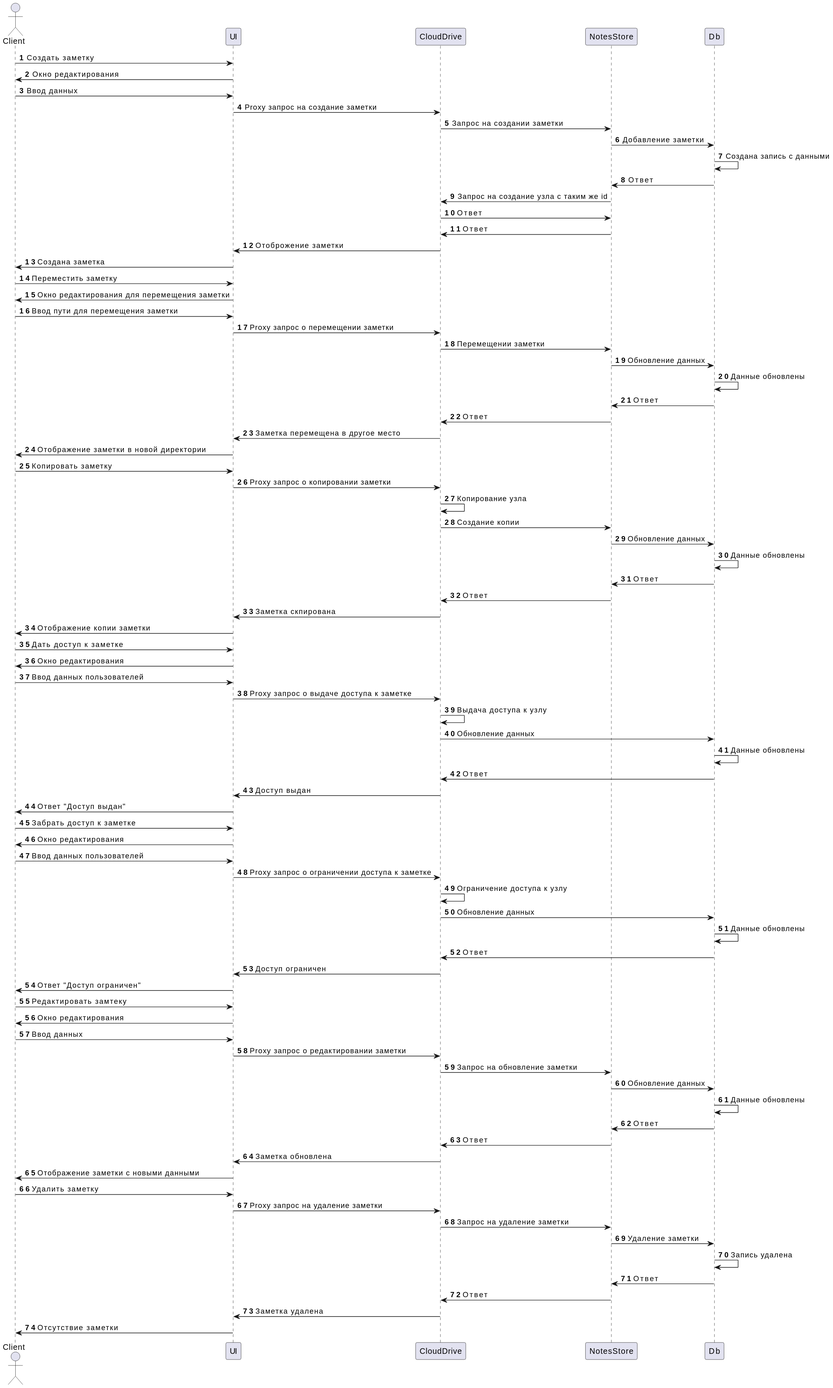
Before: 1. Исходные сведения/PlantUML/sequence.svg, a diagram exported from PlantUML (k-sannikov/links-arch).
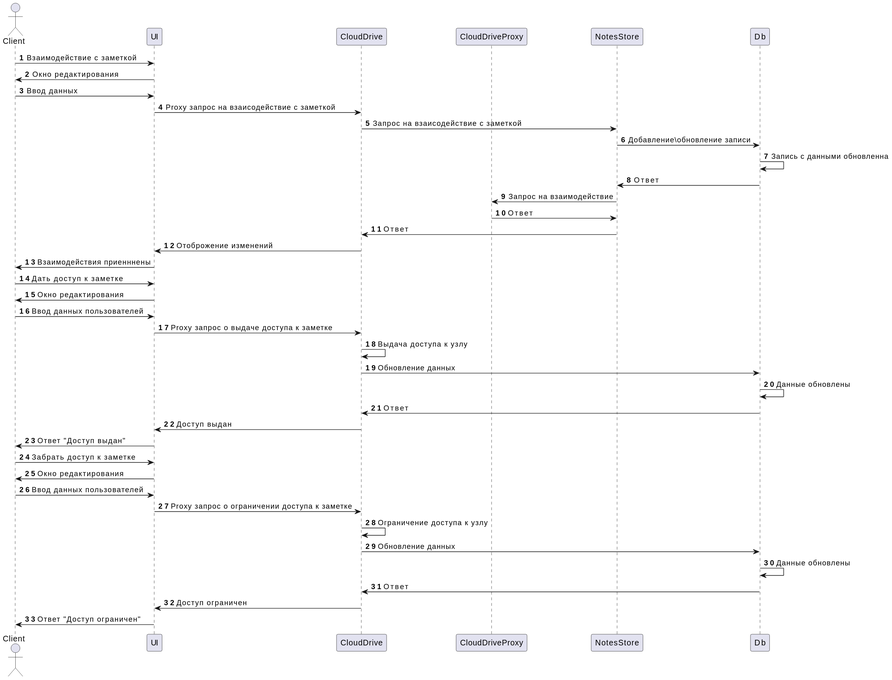
After the change.

Commit message:
UPD: sequence diagram

The edit, as a diff of the source:
```diff
@@ -5,46 +5,23 @@
 
     participant UI
     participant CloudDrive
+    participant CloudDriveProxy
     participant NotesStore
     participant Db
 
-    Client -> UI: Создать заметку
+    Client -> UI: Взаимодействие с заметкой
     UI -> Client: Окно редактирования
     Client -> UI: Ввод данных
-    UI -> CloudDrive: Proxy запрос на создание заметки
-    CloudDrive -> NotesStore: Запрос на создании заметки
-    NotesStore -> Db: Добавление заметки
-    Db -> Db: Создана запись с данными
+    UI -> CloudDrive: Proxy запрос на взаисодействие с заметкой
+    CloudDrive -> NotesStore: Запрос на взаисодействие с заметкой
+    NotesStore -> Db: Добавление\обновление записи
+    Db -> Db: Запись с данными обновленна
     Db -> NotesStore: Ответ
-    NotesStore -> CloudDrive: Запрос на создание узла с таким же id
-    CloudDrive -> NotesStore: Ответ
+    NotesStore -> CloudDriveProxy: Запрос на взаимодействие
+    CloudDriveProxy -> NotesStore: Ответ
     NotesStore -> CloudDrive: Ответ
-    CloudDrive -> UI: Отоброжение заметки
-    UI -> Client: Создана заметка
-
-
-    Client -> UI: Переместить заметку
-    UI -> Client: Окно редактирования для перемещения заметки
-    Client -> UI: Ввод пути для перемещения заметки
-    UI -> CloudDrive: Proxy запрос о перемещении заметки
-    CloudDrive -> NotesStore: Перемещении заметки
-    NotesStore -> Db: Обновление данных
-    Db -> Db: Данные обновлены
-    Db -> NotesStore: Ответ
-    NotesStore -> CloudDrive: Ответ
-    CloudDrive -> UI: Заметка перемещена в другое место
-    UI -> Client: Отображение заметки в новой директории
-
-    Client -> UI: Копировать заметку
-    UI -> CloudDrive: Proxy запрос о копировании заметки
-    CloudDrive -> CloudDrive: Копирование узла
-    CloudDrive -> NotesStore: Создание копии
-    NotesStore -> Db: Обновление данных
-    Db -> Db: Данные обновлены
-    Db -> NotesStore: Ответ
-    NotesStore -> CloudDrive: Ответ
-    CloudDrive -> UI: Заметка скпирована
-    UI -> Client: Отображение копии заметки
+    CloudDrive -> UI: Отоброжение изменений
+    UI -> Client: Взаимодействия приенннены
 
     Client -> UI: Дать доступ к заметке
     UI -> Client: Окно редактирования
@@ -67,26 +44,4 @@
     Db -> CloudDrive: Ответ
     CloudDrive -> UI: Доступ ограничен
     UI -> Client: Ответ "Доступ ограничен"
-
-    Client -> UI: Редактировать замтеку
-    UI -> Client: Окно редактирования
-    Client -> UI: Ввод данных
-    UI -> CloudDrive: Proxy запрос о редактировании заметки
-    CloudDrive -> NotesStore: Запрос на обновление заметки
-    NotesStore -> Db: Обновление данных
-    Db -> Db: Данные обновлены
-    Db -> NotesStore: Ответ
-    NotesStore -> CloudDrive: Ответ
-    CloudDrive -> UI: Заметка обновлена
-    UI -> Client: Отображение заметки с новыми данными
-
-    Client -> UI: Удалить заметку
-    UI -> CloudDrive: Proxy запрос на удаление заметки
-    CloudDrive -> NotesStore: Запрос на удаление заметки
-    NotesStore -> Db: Удаление заметки
-    Db -> Db: Запись удалена
-    Db -> NotesStore: Ответ
-    NotesStore -> CloudDrive: Ответ
-    CloudDrive -> UI: Заметка удалена
-    UI -> Client: Отсутствие заметки
 @enduml
```
